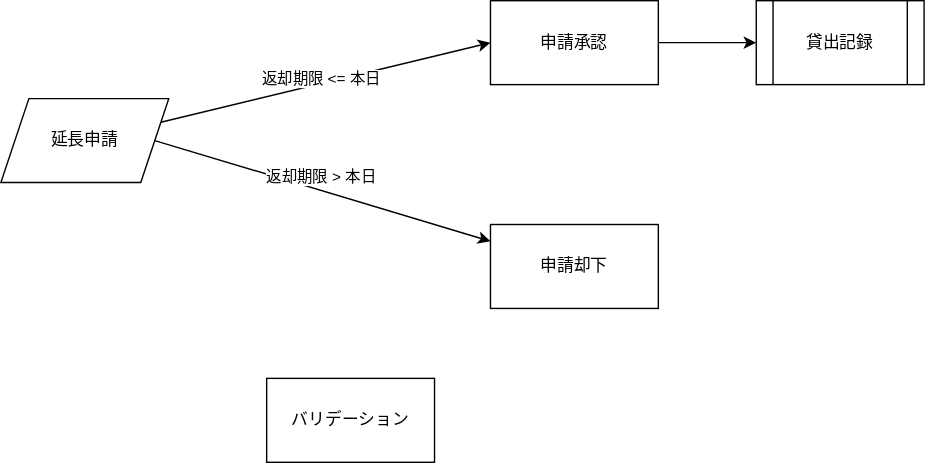
The draw.io diagram docs/index.drawio.svg in NabeKz/my_nim_app, before a commit. Source tidied: cells renumbered, new cells last; positions are measured from the earlier drawing's top-left corner, leaving out a move shared by most shapes.
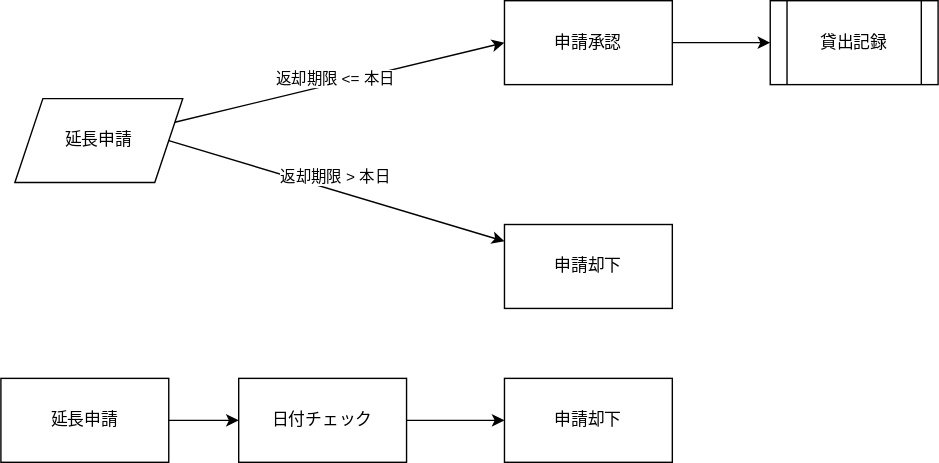
The same file after the commit.

The edit, as a diff of the source:
```diff
@@ -31,8 +31,20 @@
     <mxCell id="10" value="貸出記録" style="shape=process;whiteSpace=wrap;html=1;backgroundOutline=1;" parent="1" vertex="1">
       <mxGeometry x="540" width="120" height="60" as="geometry" />
     </mxCell>
+    <mxCell id="12" style="edgeStyle=none;html=1;entryX=0;entryY=0.5;entryDx=0;entryDy=0;" parent="1" edge="1" source="11" target="15">
+      <mxGeometry relative="1" as="geometry" />
+    </mxCell>
-    <mxCell id="11" value="バリデーション" style="rounded=0;whiteSpace=wrap;html=1;" parent="1" vertex="1">
-      <mxGeometry x="190" y="270" width="120" height="60" as="geometry" />
+    <mxCell id="11" value="日付チェック" style="rounded=0;whiteSpace=wrap;html=1;" parent="1" vertex="1">
+      <mxGeometry x="160" y="270" width="120" height="60" as="geometry" />
     </mxCell>
+    <mxCell id="13" style="edgeStyle=none;html=1;" parent="1" edge="1" source="14" target="11">
+      <mxGeometry relative="1" as="geometry" />
+    </mxCell>
+    <mxCell id="14" value="延長申請" style="rounded=0;whiteSpace=wrap;html=1;" parent="1" vertex="1">
+      <mxGeometry x="-10" y="270" width="120" height="60" as="geometry" />
+    </mxCell>
+    <mxCell id="15" value="申請却下" style="rounded=0;whiteSpace=wrap;html=1;" parent="1" vertex="1">
+      <mxGeometry x="350" y="270" width="120" height="60" as="geometry" />
+    </mxCell>
   </root>
 </mxGraphModel>
```
